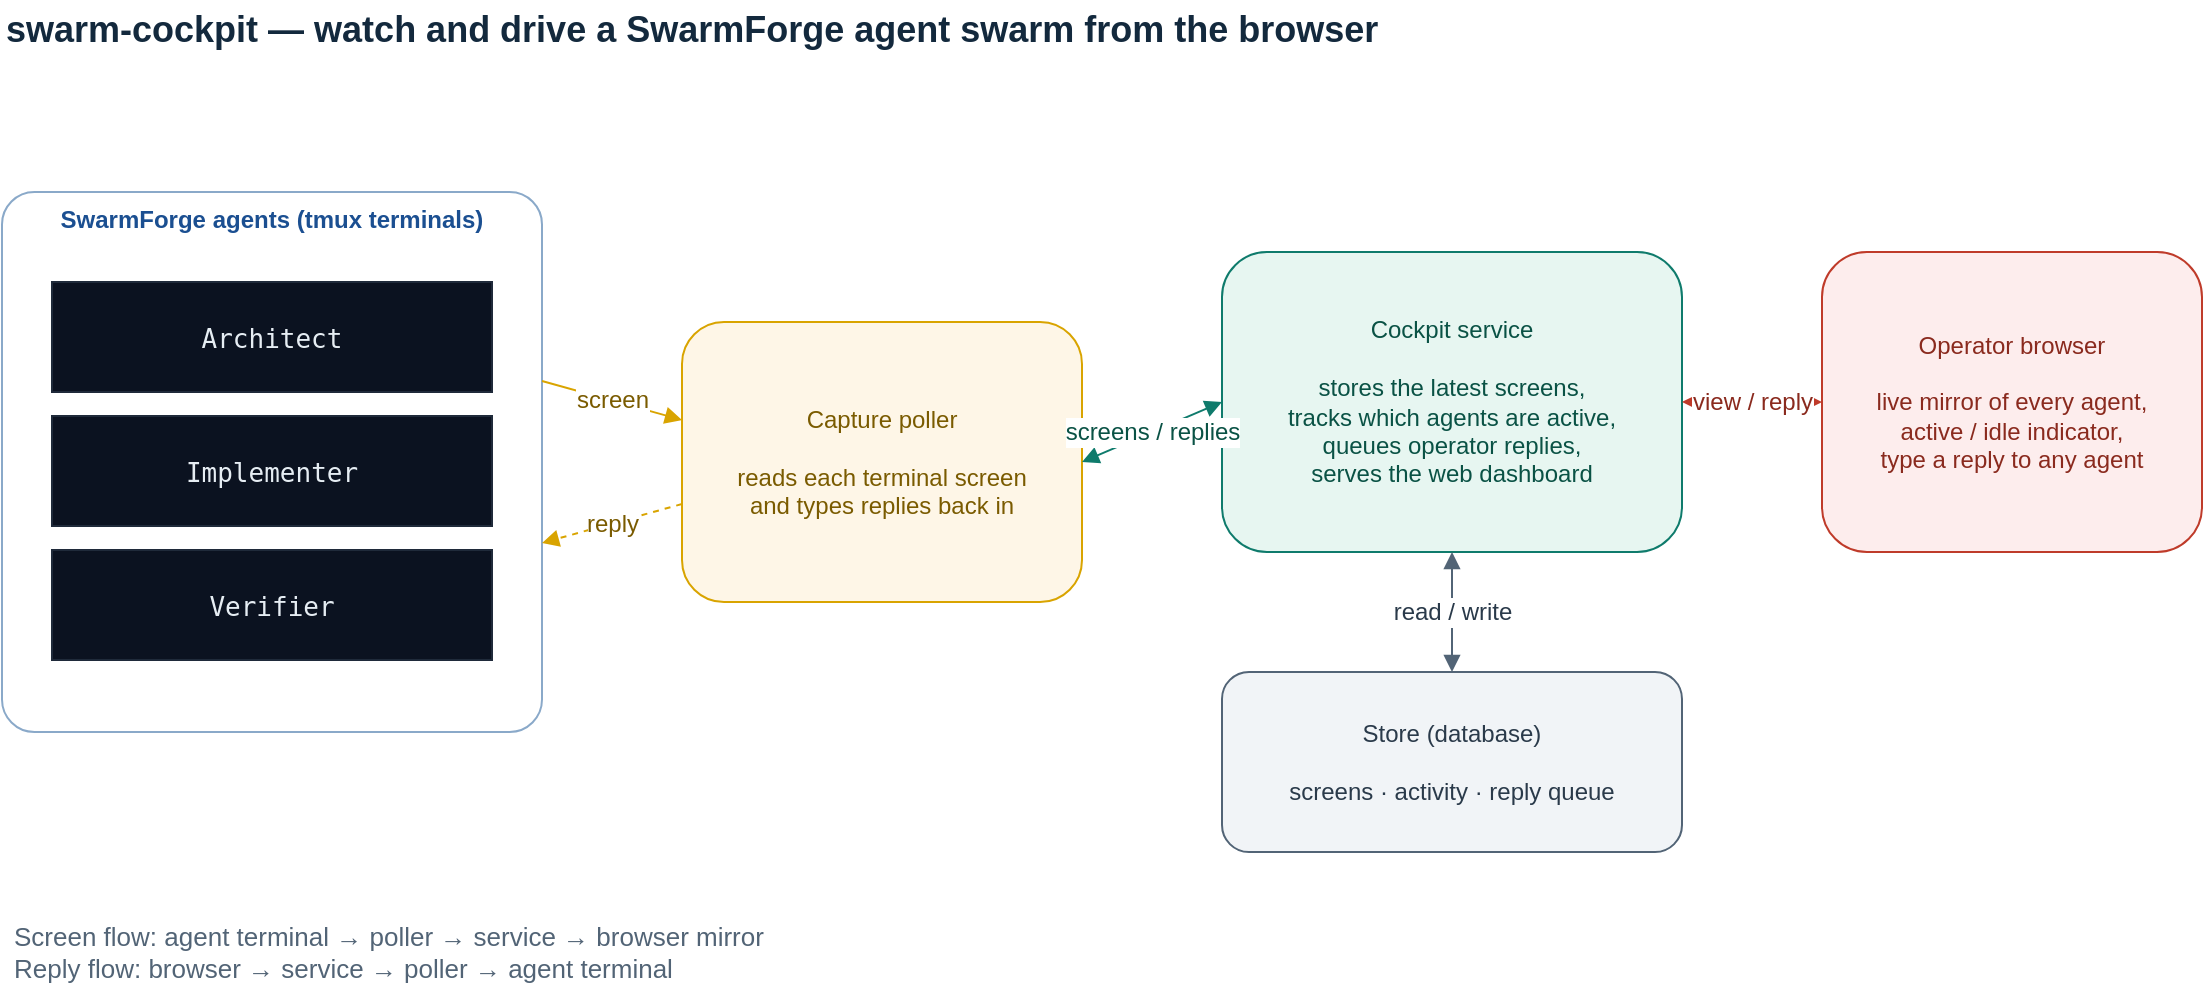
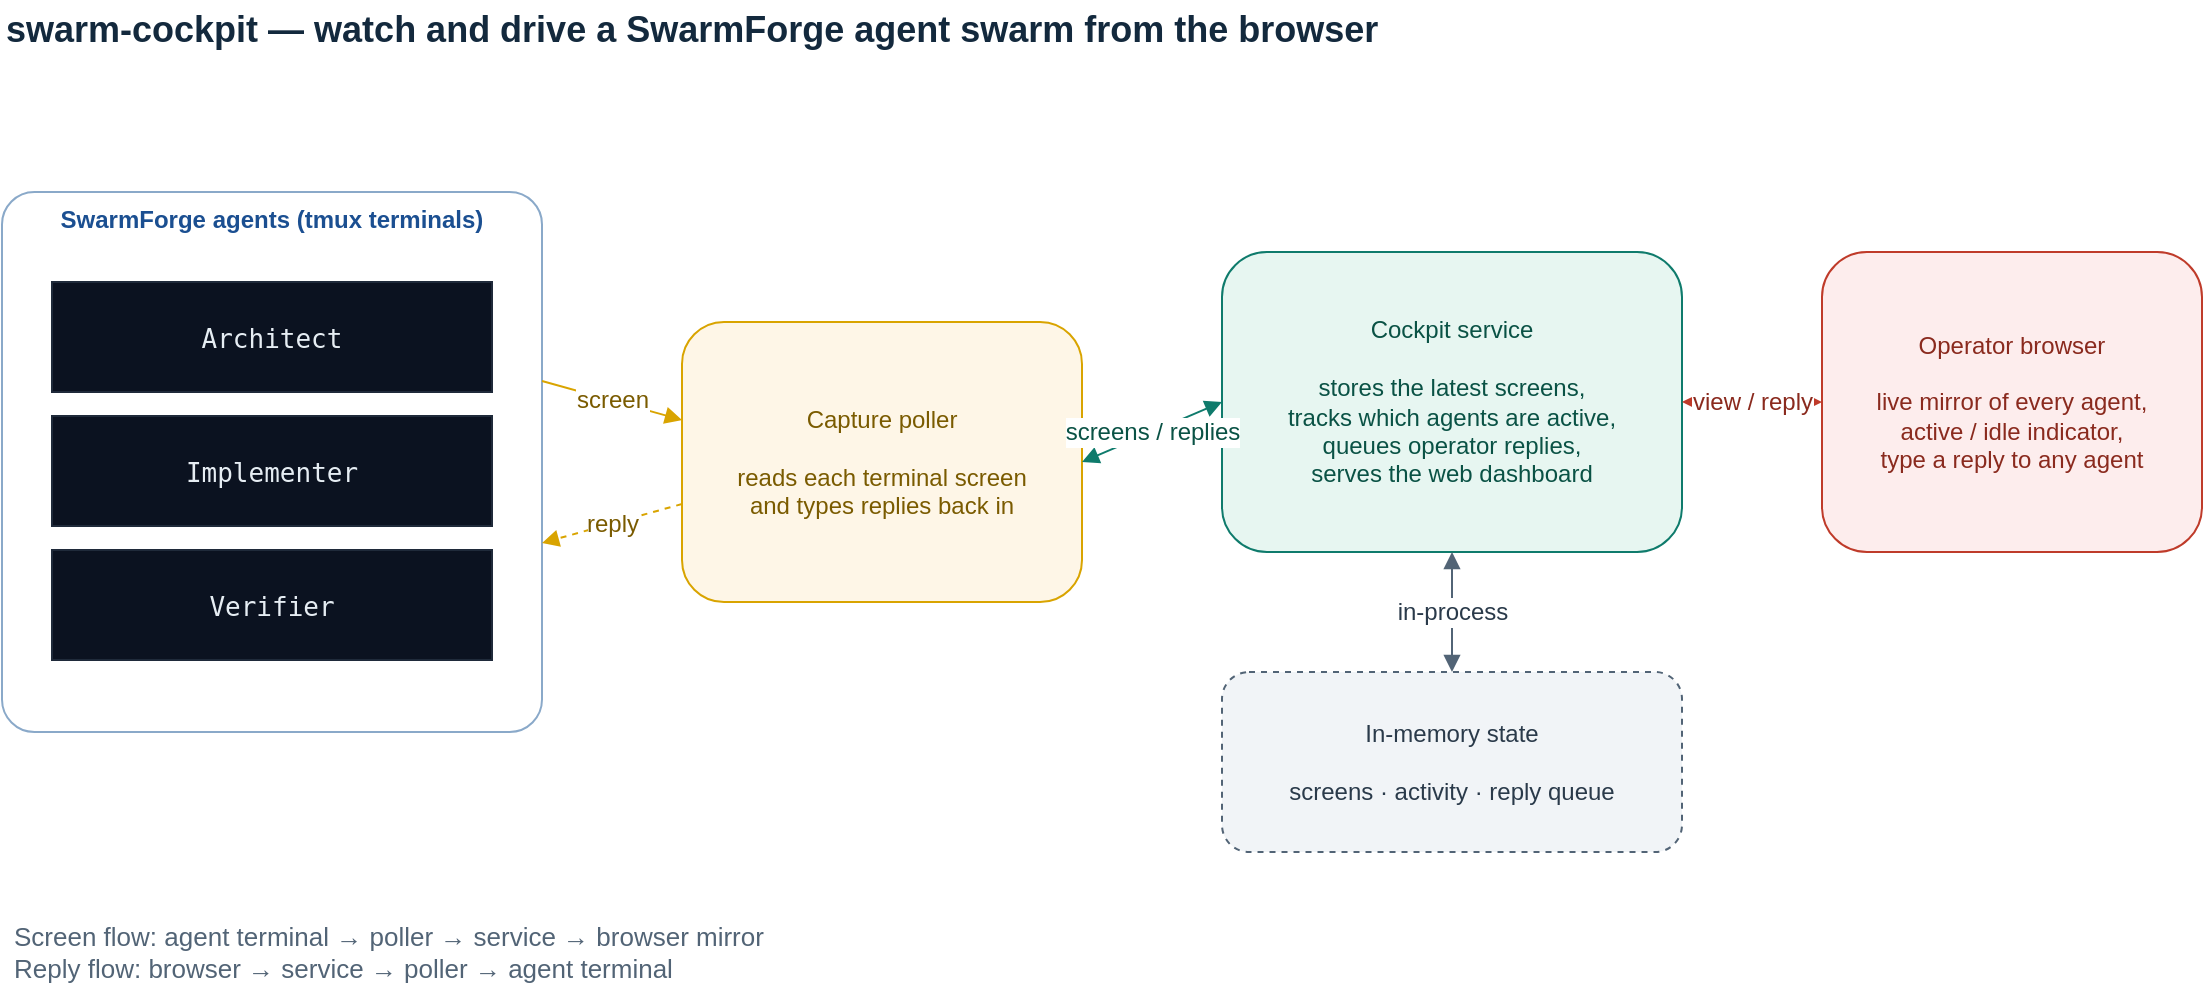
<mxfile host="app.diagrams.net" type="device">
  <diagram id="swarm-cockpit-arch" name="Architecture">
    <mxGraphModel dx="1200" dy="820" grid="1" gridSize="10" guides="1" tooltips="1" connect="1" arrows="1" fold="1" page="1" pageScale="1" pageWidth="1180" pageHeight="560" math="0" shadow="0">
      <root>
        <mxCell id="0" />
        <mxCell id="1" parent="0" />

        <mxCell id="title" value="swarm-cockpit — watch and drive a SwarmForge agent swarm from the browser" style="text;html=1;align=left;verticalAlign=middle;fontSize=18;fontStyle=1;fontColor=#13293D;" vertex="1" parent="1">
          <mxGeometry x="40" y="24" width="1000" height="30" as="geometry" />
        </mxCell>

        <mxCell id="tmux" value="SwarmForge agents  (tmux terminals)" style="rounded=1;whiteSpace=wrap;html=1;fillColor=#FFFFFF;strokeColor=#8AA9C9;verticalAlign=top;fontStyle=1;fontColor=#1B4F91;arcSize=6;" vertex="1" parent="1">
          <mxGeometry x="40" y="120" width="270" height="270" as="geometry" />
        </mxCell>
        <mxCell id="pane-a" value="Architect" style="rounded=0;whiteSpace=wrap;html=1;fillColor=#0B1220;strokeColor=#1F2A3A;fontColor=#E6EDF3;fontFamily=monospace;fontSize=13;" vertex="1" parent="1">
          <mxGeometry x="65" y="165" width="220" height="55" as="geometry" />
        </mxCell>
        <mxCell id="pane-i" value="Implementer" style="rounded=0;whiteSpace=wrap;html=1;fillColor=#0B1220;strokeColor=#1F2A3A;fontColor=#E6EDF3;fontFamily=monospace;fontSize=13;" vertex="1" parent="1">
          <mxGeometry x="65" y="232" width="220" height="55" as="geometry" />
        </mxCell>
        <mxCell id="pane-v" value="Verifier" style="rounded=0;whiteSpace=wrap;html=1;fillColor=#0B1220;strokeColor=#1F2A3A;fontColor=#E6EDF3;fontFamily=monospace;fontSize=13;" vertex="1" parent="1">
          <mxGeometry x="65" y="299" width="220" height="55" as="geometry" />
        </mxCell>

        <mxCell id="poller" value="Capture poller&#10;&#10;reads each terminal screen&#10;and types replies back in" style="rounded=1;whiteSpace=wrap;html=1;fillColor=#FEF6E7;strokeColor=#D9A400;align=center;verticalAlign=middle;fontColor=#7A5B00;" vertex="1" parent="1">
          <mxGeometry x="380" y="185" width="200" height="140" as="geometry" />
        </mxCell>

        <mxCell id="svc" value="Cockpit service&#10;&#10;stores the latest screens,&#10;tracks which agents are active,&#10;queues operator replies,&#10;serves the web dashboard" style="rounded=1;whiteSpace=wrap;html=1;fillColor=#E7F6F1;strokeColor=#0F7B6C;align=center;verticalAlign=middle;fontColor=#0A5245;" vertex="1" parent="1">
          <mxGeometry x="650" y="150" width="230" height="150" as="geometry" />
        </mxCell>

-         <mxCell id="db" value="Store  (database)&#10;&#10;screens · activity · reply queue" style="rounded=1;whiteSpace=wrap;html=1;fillColor=#F1F4F7;strokeColor=#526476;align=center;verticalAlign=middle;fontColor=#2A3A4A;" vertex="1" parent="1">
+         <mxCell id="db" value="In-memory state&#10;&#10;screens · activity · reply queue" style="rounded=1;whiteSpace=wrap;html=1;fillColor=#F1F4F7;strokeColor=#526476;align=center;verticalAlign=middle;fontColor=#2A3A4A;dashed=1;" vertex="1" parent="1">
          <mxGeometry x="650" y="360" width="230" height="90" as="geometry" />
        </mxCell>

        <mxCell id="browser" value="Operator browser&#10;&#10;live mirror of every agent,&#10;active / idle indicator,&#10;type a reply to any agent" style="rounded=1;whiteSpace=wrap;html=1;fillColor=#FDEDED;strokeColor=#BF3B2A;align=center;verticalAlign=middle;fontColor=#8A2A1E;" vertex="1" parent="1">
          <mxGeometry x="950" y="150" width="190" height="150" as="geometry" />
        </mxCell>

        <mxCell id="e-capture" value="screen" style="endArrow=block;html=1;strokeColor=#D9A400;fontColor=#7A5B00;fontSize=12;labelBackgroundColor=#FFFFFF;exitX=1;exitY=0.35;exitDx=0;exitDy=0;entryX=0;entryY=0.35;entryDx=0;entryDy=0;" edge="1" parent="1" source="tmux" target="poller">
          <mxGeometry relative="1" as="geometry" />
        </mxCell>
        <mxCell id="e-sendkeys" value="reply" style="endArrow=block;html=1;strokeColor=#D9A400;fontColor=#7A5B00;fontSize=12;dashed=1;labelBackgroundColor=#FFFFFF;exitX=0;exitY=0.65;exitDx=0;exitDy=0;entryX=1;entryY=0.65;entryDx=0;entryDy=0;" edge="1" parent="1" source="poller" target="tmux">
          <mxGeometry relative="1" as="geometry" />
        </mxCell>

        <mxCell id="e-svc" value="screens / replies" style="endArrow=block;startArrow=block;html=1;strokeColor=#0F7B6C;fontColor=#0A5245;fontSize=12;labelBackgroundColor=#FFFFFF;exitX=1;exitY=0.5;exitDx=0;exitDy=0;entryX=0;entryY=0.5;entryDx=0;entryDy=0;" edge="1" parent="1" source="poller" target="svc">
          <mxGeometry relative="1" as="geometry" />
        </mxCell>

-         <mxCell id="e-db" value="read / write" style="endArrow=block;startArrow=block;html=1;strokeColor=#526476;fontColor=#2A3A4A;fontSize=12;labelBackgroundColor=#FFFFFF;exitX=0.5;exitY=1;exitDx=0;exitDy=0;entryX=0.5;entryY=0;entryDx=0;entryDy=0;" edge="1" parent="1" source="svc" target="db">
+         <mxCell id="e-db" value="in-process" style="endArrow=block;startArrow=block;html=1;strokeColor=#526476;fontColor=#2A3A4A;fontSize=12;labelBackgroundColor=#FFFFFF;exitX=0.5;exitY=1;exitDx=0;exitDy=0;entryX=0.5;entryY=0;entryDx=0;entryDy=0;" edge="1" parent="1" source="svc" target="db">
          <mxGeometry relative="1" as="geometry" />
        </mxCell>

        <mxCell id="e-http" value="view / reply" style="endArrow=block;startArrow=block;html=1;strokeColor=#BF3B2A;fontColor=#8A2A1E;fontSize=12;labelBackgroundColor=#FFFFFF;exitX=0;exitY=0.5;exitDx=0;exitDy=0;entryX=1;entryY=0.5;entryDx=0;entryDy=0;" edge="1" parent="1" source="browser" target="svc">
          <mxGeometry relative="1" as="geometry" />
        </mxCell>

        <mxCell id="legend" value="Screen flow:  agent terminal → poller → service → browser mirror&#10;Reply flow:  browser → service → poller → agent terminal" style="text;html=1;align=left;verticalAlign=middle;fontSize=13;fontColor=#526476;spacingLeft=4;" vertex="1" parent="1">
          <mxGeometry x="40" y="475" width="1100" height="50" as="geometry" />
        </mxCell>

      </root>
    </mxGraphModel>
  </diagram>
</mxfile>
